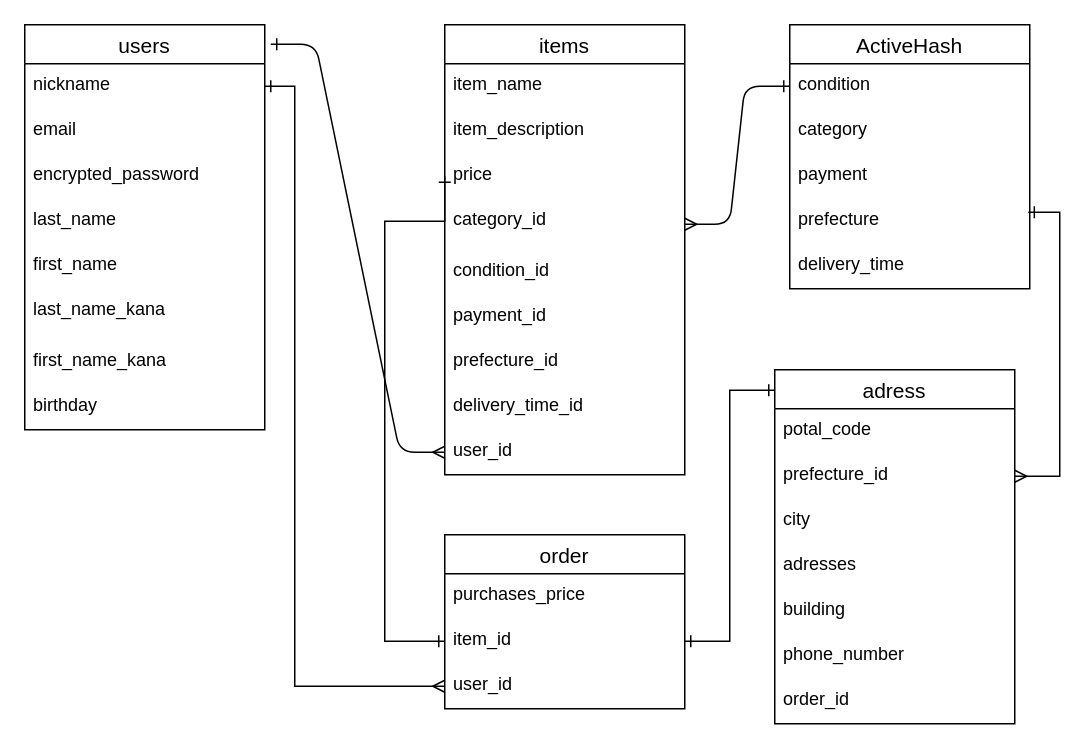
The draw.io diagram ERdiagram.dio in sasakikeisuke-ft/furima-35363, before the edit. Source tidied: cells renumbered, new cells numbered last; positions are measured from the earlier drawing's top-left corner, leaving out a move shared by most shapes. Both pictures are drawn from the tidied source at 150%, with x=0, y=0 at pixel (24, 24).
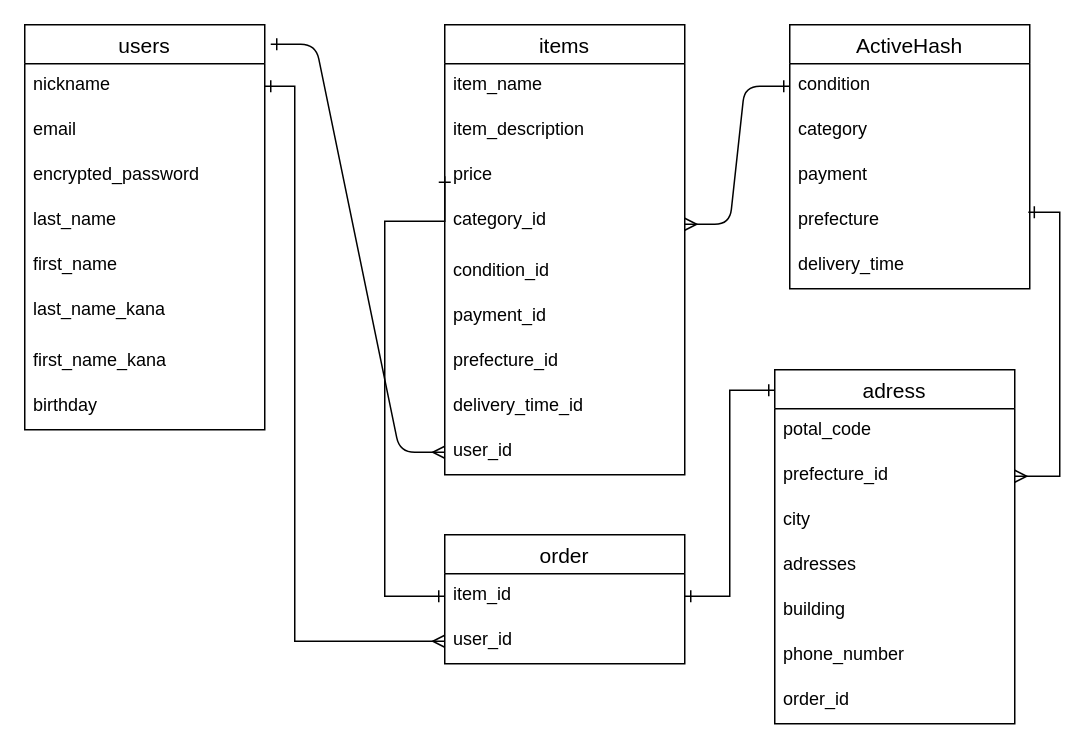
After the change.

Commit message:
修正7追加_ER図修正

修正7で修正した内容をER図に反映していませんでした。

Unchanged cells that the change refers to:
```xml
<mxCell id="3" value="nickname" style="text;strokeColor=none;fillColor=none;spacingLeft=4;spacingRight=4;overflow=hidden;points=[[0,0.5],[1,0.5]];portConstraint=eastwest;fontSize=12;" parent="2" vertex="1">
  <mxGeometry y="26" width="160" height="30" as="geometry" />
</mxCell>
<mxCell id="14" value="price" style="text;strokeColor=none;fillColor=none;spacingLeft=4;spacingRight=4;overflow=hidden;points=[[0,0.5],[1,0.5]];portConstraint=eastwest;fontSize=12;" parent="11" vertex="1">
  <mxGeometry y="86" width="160" height="30" as="geometry" />
</mxCell>
```

The edit, as a diff of the source:
```diff
@@
     <mxCell id="29" value="order" style="swimlane;fontStyle=0;horizontal=1;startSize=26;align=center;fontSize=14;" parent="1" vertex="1">
-      <mxGeometry x="280" y="340" width="160" height="116" as="geometry" />
+      <mxGeometry x="280" y="340" width="160" height="86" as="geometry" />
     </mxCell>
-    <mxCell id="30" value="purchases_price" style="text;strokeColor=none;fillColor=none;spacingLeft=4;spacingRight=4;overflow=hidden;fontSize=12;" parent="29" vertex="1">
-      <mxGeometry y="26" width="160" height="30" as="geometry" />
-    </mxCell>
     <mxCell id="31" value="item_id" style="text;strokeColor=none;fillColor=none;spacingLeft=4;spacingRight=4;overflow=hidden;points=[[0,0.5],[1,0.5]];portConstraint=eastwest;fontSize=12;" parent="29" vertex="1">
-      <mxGeometry y="56" width="160" height="30" as="geometry" />
+      <mxGeometry y="26" width="160" height="30" as="geometry" />
     </mxCell>
     <mxCell id="32" value="user_id" style="text;strokeColor=none;fillColor=none;spacingLeft=4;spacingRight=4;overflow=hidden;points=[[0,0.5],[1,0.5]];portConstraint=eastwest;fontSize=12;" parent="29" vertex="1">
-      <mxGeometry y="86" width="160" height="30" as="geometry" />
+      <mxGeometry y="56" width="160" height="30" as="geometry" />
     </mxCell>
     <mxCell id="33" style="edgeStyle=orthogonalEdgeStyle;rounded=0;jettySize=auto;html=1;exitX=0;exitY=0.5;exitDx=0;exitDy=0;entryX=0;entryY=0.5;entryDx=0;entryDy=0;endArrow=ERone;endFill=0;startArrow=ERone;startFill=0;" parent="1" edge="1" source="14" target="31">
       <mxGeometry relative="1" as="geometry">
         <Array as="points">
+          <mxPoint x="280" y="131" />
           <mxPoint x="240" y="131" />
-          <mxPoint x="240" y="411" />
+          <mxPoint x="240" y="381" />
         </Array>
       </mxGeometry>
     </mxCell>
@@
     <mxCell id="44" style="edgeStyle=orthogonalEdgeStyle;rounded=0;jettySize=auto;html=1;exitX=1;exitY=0.5;exitDx=0;exitDy=0;entryX=0;entryY=0.5;entryDx=0;entryDy=0;startArrow=ERone;startFill=0;endArrow=ERmany;endFill=0;" parent="1" edge="1" source="3" target="32">
       <mxGeometry relative="1" as="geometry">
         <Array as="points">
           <mxPoint x="180" y="41" />
-          <mxPoint x="180" y="441" />
+          <mxPoint x="180" y="411" />
         </Array>
       </mxGeometry>
     </mxCell>
```
